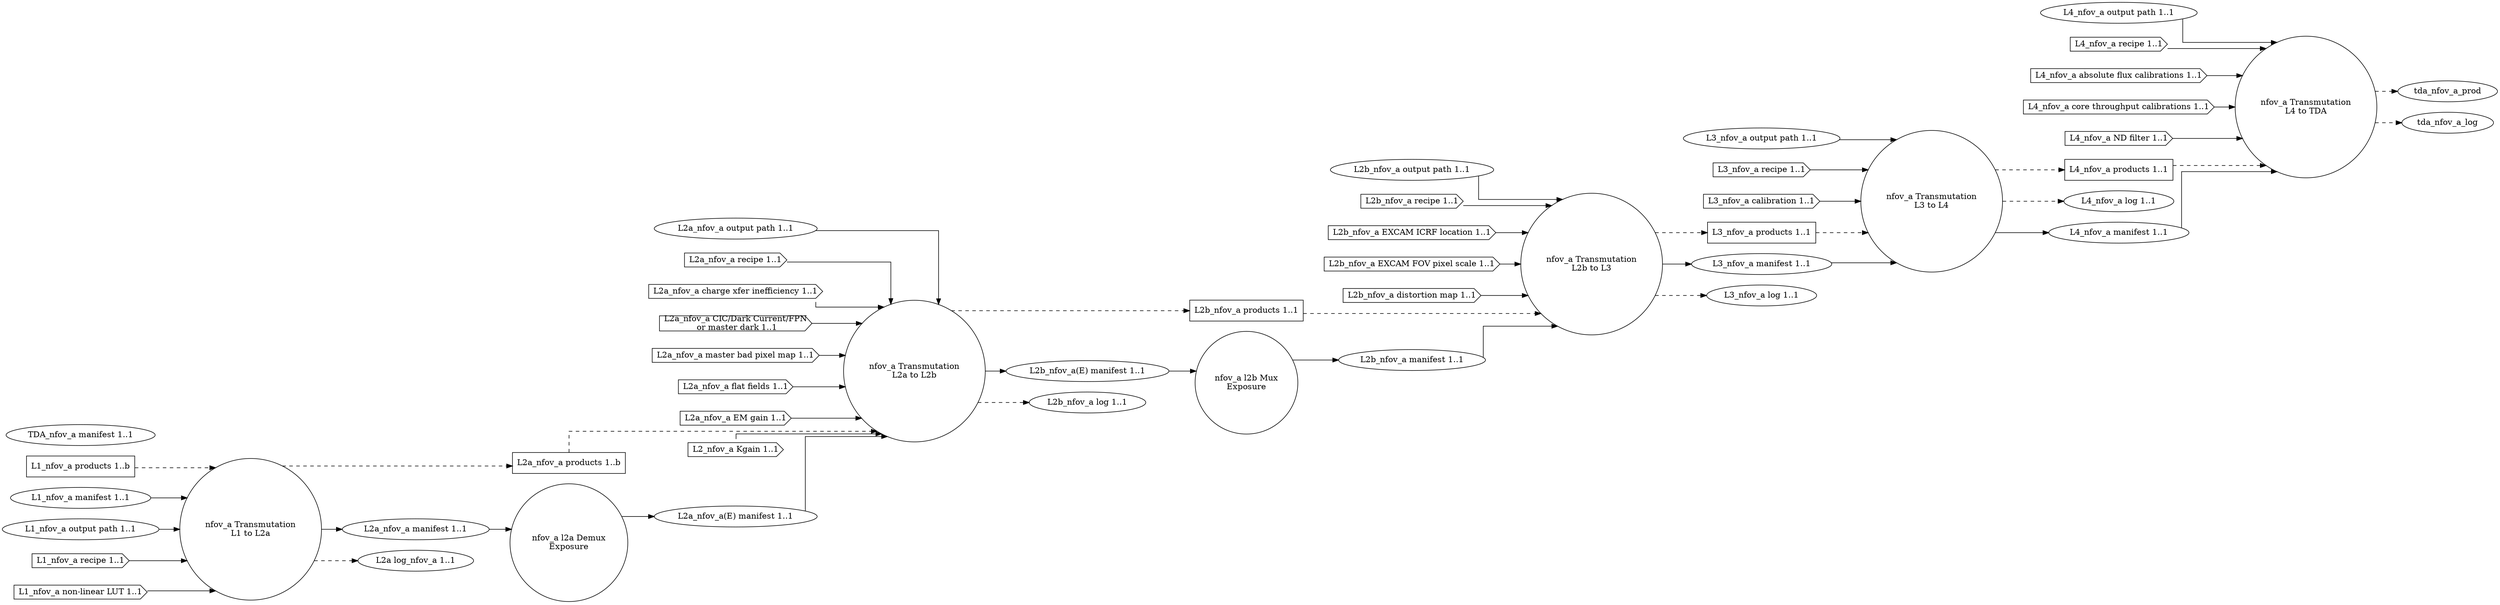
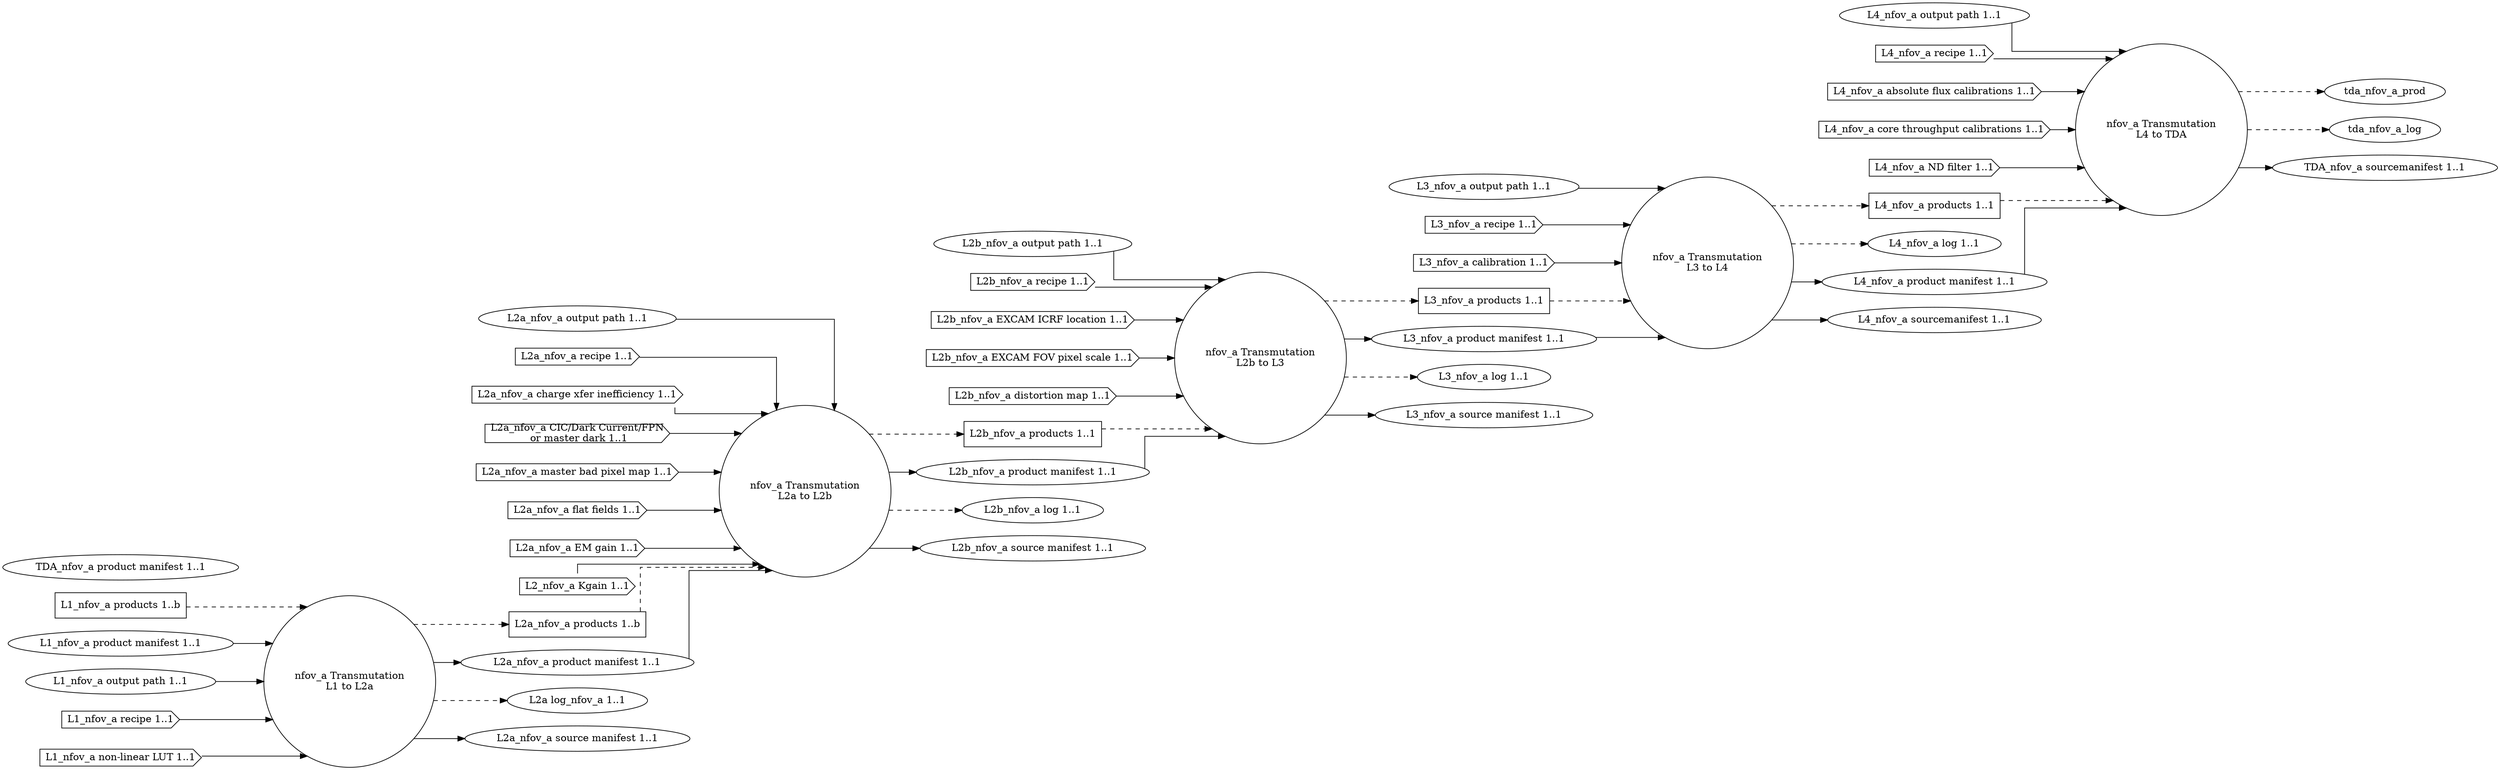
digraph NarrowFieldOfViewAnalog {
graph [splines="ortho", rankdir=LR];
trans_nfov_a_l1_l2a [label="nfov_a Transmutation\nL1 to L2a", shape="circle", runname="l1.transmutation_nfov_a", runtype="dawgie.Algorithm", fsmtype="dip.base.Runner"];
- l2a_nfov_a_demux [label="nfov_a l2a Demux\nExposure", shape="circle", runname="l2a.demux_nfov_a", runtype="dawgie.Algorithm", fsmtype="dip.clerk.impls.demux.FSM"];
trans_nfov_a_l2a_l2b [label="nfov_a Transmutation\nL2a to L2b", shape="circle", runname="l2a.transmutation_nfov_a", runtype="dawgie.Algorithm", fsmtype="dip.base.Runner"];
- l2b_nfov_a_mux [label="nfov_a l2b Mux\nExposure", shape="circle", runname="l2b.mux_nfov_a", runtype="dawgie.Analyzer", fsmtype="dip.clerk.impls.mux.FSM"];
trans_nfov_a_l2b_l3 [label="nfov_a Transmutation\nL2b to L3", shape="circle", runname="l2b.transmutation_nfov_a", runtype="dawgie.Algorithm", fsmtype="dip.base.Runner"];
trans_nfov_a_l3_l4 [label="nfov_a Transmutation\nL3 to L4", shape="circle", runname="l3.transmutation_nfov_a", runtype="dawgie.Algorithm", fsmtype="dip.base.Runner"];
trans_nfov_a_l4_tda [label="nfov_a Transmutation\nL4 to TDA", shape="circle", runname="l4.transmutation_nfov_a", runtype="dawgie.Algorithm", fsmtype="dip.base.Runner"];
l1_nfov_a_prod [label="L1_nfov_a products 1..b", shape="rectangle"];
- l1_nfov_a_man [label="L1_nfov_a manifest 1..1", shape="ellipse"];
+ l1_nfov_a_man [label="L1_nfov_a product manifest 1..1", shape="ellipse"];
l1_nfov_a_odir [label="L1_nfov_a output path 1..1", shape="ellipse"];
l1_nfov_a_rec [label="L1_nfov_a recipe 1..1", shape="cds"];
l1_nfov_a_nllut [label="L1_nfov_a non-linear LUT 1..1", shape="cds"];
l2a_nfov_a_prod [label="L2a_nfov_a products 1..b", shape="rectangle"];
- l2a_nfov_a_man [label="L2a_nfov_a manifest 1..1", shape="ellipse", valname="l1.transmutation_nfov_a.product.manifest", valtype="dip.base.Manifest"];
+ l2a_nfov_a_man [label="L2a_nfov_a product manifest 1..1", shape="ellipse", valname="l1.transmutation_nfov_a.product.manifest", valtype="dip.base.Manifest"];
l2a_nfov_a_odir [label="L2a_nfov_a output path 1..1", shape="ellipse"];
l2a_nfov_a_rec [label="L2a_nfov_a recipe 1..1", shape="cds"];
l2a_nfov_a_cti [label="L2a_nfov_a charge xfer inefficiency 1..1", shape="cds"];
l2a_nfov_a_dnb [label="L2a_nfov_a CIC/Dark Current/FPN\n or master dark 1..1", shape="cds"];
l2a_nfov_a_mbpm [label="L2a_nfov_a master bad pixel map 1..1", shape="cds"];
l2a_nfov_a_ff [label="L2a_nfov_a flat fields 1..1", shape="cds"];
l2a_nfov_a_emg [label="L2a_nfov_a EM gain 1..1", shape="cds"];
l2a_nfov_a_kgain [label="L2_nfov_a Kgain 1..1", shape="cds"];
l2a_nfov_a_log [label="L2a log_nfov_a 1..1", shape="ellipse"];
- l2a_nfov_a_man_demux [label="L2a_nfov_a(E) manifest 1..1", shape="ellipse", valname="l2a.demux_nfov_a.product.manifest", valtype="dip.base.Manifest"];
l2b_nfov_a_prod [label="L2b_nfov_a products 1..1", shape="rectangle"];
- l2b_nfov_a_man [label="L2b_nfov_a manifest 1..1", shape="ellipse", valname="l2b.mux_nfov_a.product.manifest", valtype="dip.base.Manifest"];
+ l2b_nfov_a_man [label="L2b_nfov_a product manifest 1..1", shape="ellipse", valname="l2a.transmutation_nfov_a.product.manifest", valtype="dip.base.Manifest"];
l2b_nfov_a_odir [label="L2b_nfov_a output path 1..1", shape="ellipse"];
l2b_nfov_a_rec [label="L2b_nfov_a recipe 1..1", shape="cds"];
l2b_nfov_a_excicrf [label="L2b_nfov_a EXCAM ICRF location 1..1", shape="cds"];
l2b_nfov_a_excfovps [label="L2b_nfov_a EXCAM FOV pixel scale 1..1", shape="cds"];
l2b_nfov_a_distm [label="L2b_nfov_a distortion map 1..1", shape="cds"];
- l2b_nfov_a_man_demux [label="L2b_nfov_a(E) manifest 1..1", shape="ellipse", valname="l2a.transmutation_nfov_a.product.manifest", valtype="dip.base.Manifest"];
l2b_nfov_a_log [label="L2b_nfov_a log 1..1", shape="ellipse"];
l3_nfov_a_prod [label="L3_nfov_a products 1..1", shape="rectangle"];
l3_nfov_a_odir [label="L3_nfov_a output path 1..1", shape="ellipse"];
- l3_nfov_a_man [label="L3_nfov_a manifest 1..1", shape="ellipse", valname="l2b.transmutation_nfov_a.product.manifest", valtype="dip.base.Manifest"];
+ l3_nfov_a_man [label="L3_nfov_a product manifest 1..1", shape="ellipse", valname="l2b.transmutation_nfov_a.product.manifest", valtype="dip.base.Manifest"];
l3_nfov_a_rec [label="L3_nfov_a recipe 1..1", shape="cds"];
l3_nfov_a_cal [label="L3_nfov_a calibration 1..1", shape="cds"];
l3_nfov_a_log [label="L3_nfov_a log 1..1", shape="ellipse"];
l4_nfov_a_prod [label="L4_nfov_a products 1..1", shape="rectangle"];
l4_nfov_a_odir [label="L4_nfov_a output path 1..1", shape="ellipse"];
l4_nfov_a_log [label="L4_nfov_a log 1..1", shape="ellipse"];
- l4_nfov_a_man [label="L4_nfov_a manifest 1..1", shape="ellipse", valname="l3.transmutation_nfov_a.product.manifest", valtype="dip.base.Manifest"];
+ l4_nfov_a_man [label="L4_nfov_a product manifest 1..1", shape="ellipse", valname="l3.transmutation_nfov_a.product.manifest", valtype="dip.base.Manifest"];
l4_nfov_a_rec [label="L4_nfov_a recipe 1..1", shape="cds"];
l4_nfov_a_afcal [label="L4_nfov_a absolute flux calibrations 1..1", shape="cds"];
l4_nfov_a_ctcal [label="L4_nfov_a core throughput calibrations 1..1", shape="cds"];
l4_nfov_a_ndfilt [label="L4_nfov_a ND filter 1..1", shape="cds"];
- tda_nfov_a_man [label="TDA_nfov_a manifest 1..1", shape="ellipse", valname="l4.transmutation_nfov_a.product.manifest", valtype="dip.base.Manifest"];
+ tda_nfov_a_man [label="TDA_nfov_a product manifest 1..1", shape="ellipse", valname="l4.transmutation_nfov_a.product.manifest", valtype="dip.base.Manifest"];
l1_nfov_a_prod -> trans_nfov_a_l1_l2a [style="dashed"];
l1_nfov_a_man -> trans_nfov_a_l1_l2a;
l1_nfov_a_odir -> trans_nfov_a_l1_l2a;
l1_nfov_a_rec -> trans_nfov_a_l1_l2a;
l1_nfov_a_nllut -> trans_nfov_a_l1_l2a;
trans_nfov_a_l1_l2a -> l2a_nfov_a_prod [style="dashed"];
trans_nfov_a_l1_l2a -> l2a_nfov_a_man;
trans_nfov_a_l1_l2a -> l2a_nfov_a_log [style="dashed"];
l2a_nfov_a_prod -> trans_nfov_a_l2a_l2b [style="dashed"];
l2a_nfov_a_kgain -> trans_nfov_a_l2a_l2b;
l2a_nfov_a_odir -> trans_nfov_a_l2a_l2b;
l2a_nfov_a_rec -> trans_nfov_a_l2a_l2b;
l2a_nfov_a_cti -> trans_nfov_a_l2a_l2b;
l2a_nfov_a_dnb -> trans_nfov_a_l2a_l2b;
l2a_nfov_a_mbpm -> trans_nfov_a_l2a_l2b;
l2a_nfov_a_ff -> trans_nfov_a_l2a_l2b;
l2a_nfov_a_emg -> trans_nfov_a_l2a_l2b;
trans_nfov_a_l2a_l2b -> l2b_nfov_a_prod [style="dashed"];
- trans_nfov_a_l2a_l2b -> l2b_nfov_a_man_demux;
+ trans_nfov_a_l2a_l2b -> l2b_nfov_a_man;
trans_nfov_a_l2a_l2b -> l2b_nfov_a_log [style="dashed"];
- l2a_nfov_a_man -> l2a_nfov_a_demux;
- l2a_nfov_a_demux -> l2a_nfov_a_man_demux;
- l2a_nfov_a_man_demux -> trans_nfov_a_l2a_l2b;
- l2b_nfov_a_man_demux -> l2b_nfov_a_mux;
- l2b_nfov_a_mux -> l2b_nfov_a_man;
+ l2a_nfov_a_man -> trans_nfov_a_l2a_l2b;
l2b_nfov_a_prod -> trans_nfov_a_l2b_l3 [style="dashed"];
l2b_nfov_a_man -> trans_nfov_a_l2b_l3;
l2b_nfov_a_odir -> trans_nfov_a_l2b_l3;
l2b_nfov_a_rec -> trans_nfov_a_l2b_l3;
l2b_nfov_a_excicrf -> trans_nfov_a_l2b_l3;
l2b_nfov_a_excfovps -> trans_nfov_a_l2b_l3;
l2b_nfov_a_distm -> trans_nfov_a_l2b_l3;
trans_nfov_a_l2b_l3 -> l3_nfov_a_prod [style="dashed"];
trans_nfov_a_l2b_l3 -> l3_nfov_a_man;
trans_nfov_a_l2b_l3 -> l3_nfov_a_log [style="dashed"];
l3_nfov_a_prod -> trans_nfov_a_l3_l4 [style="dashed"];
l3_nfov_a_man -> trans_nfov_a_l3_l4;
l3_nfov_a_odir -> trans_nfov_a_l3_l4;
l3_nfov_a_rec -> trans_nfov_a_l3_l4;
l3_nfov_a_cal -> trans_nfov_a_l3_l4;
trans_nfov_a_l3_l4 -> l4_nfov_a_prod [style="dashed"];
trans_nfov_a_l3_l4 -> l4_nfov_a_log [style="dashed"];
trans_nfov_a_l3_l4 -> l4_nfov_a_man;
l4_nfov_a_prod -> trans_nfov_a_l4_tda [style="dashed"];
l4_nfov_a_man -> trans_nfov_a_l4_tda;
l4_nfov_a_odir -> trans_nfov_a_l4_tda;
l4_nfov_a_rec -> trans_nfov_a_l4_tda;
l4_nfov_a_afcal -> trans_nfov_a_l4_tda;
l4_nfov_a_ctcal -> trans_nfov_a_l4_tda;
l4_nfov_a_ndfilt -> trans_nfov_a_l4_tda;
trans_nfov_a_l4_tda -> tda_nfov_a_prod [style="dashed"];
trans_nfov_a_l4_tda -> tda_nfov_a_log [style="dashed"];
+ 
+ l2a_nfov_a_src [label="L2a_nfov_a source manifest 1..1", shape="ellipse", valname="l1.transmutation_nfov_a.source.manifest", valtype="dip.base.Manifest"];
+ l2b_nfov_a_src [label="L2b_nfov_a source manifest 1..1", shape="ellipse", valname="l2a.transmutation_nfov_a.source.manifest", valtype="dip.base.Manifest"];
+ l3_nfov_a_src [label="L3_nfov_a source manifest 1..1", shape="ellipse", valname="l2b.transmutation_nfov_a.source.manifest", valtype="dip.base.Manifest"];
+ l4_nfov_a_src [label="L4_nfov_a sourcemanifest 1..1", shape="ellipse", valname="l3.transmutation_nfov_a.source.manifest", valtype="dip.base.Manifest"];
+ tda_nfov_a_src [label="TDA_nfov_a sourcemanifest 1..1", shape="ellipse", valname="l4.transmutation_nfov_a.source.manifest", valtype="dip.base.Manifest"];
+ trans_nfov_a_l1_l2a -> l2a_nfov_a_src;
+ trans_nfov_a_l2a_l2b -> l2b_nfov_a_src;
+ trans_nfov_a_l2b_l3 -> l3_nfov_a_src;
+ trans_nfov_a_l3_l4 -> l4_nfov_a_src;
+ trans_nfov_a_l4_tda -> tda_nfov_a_src;
}
